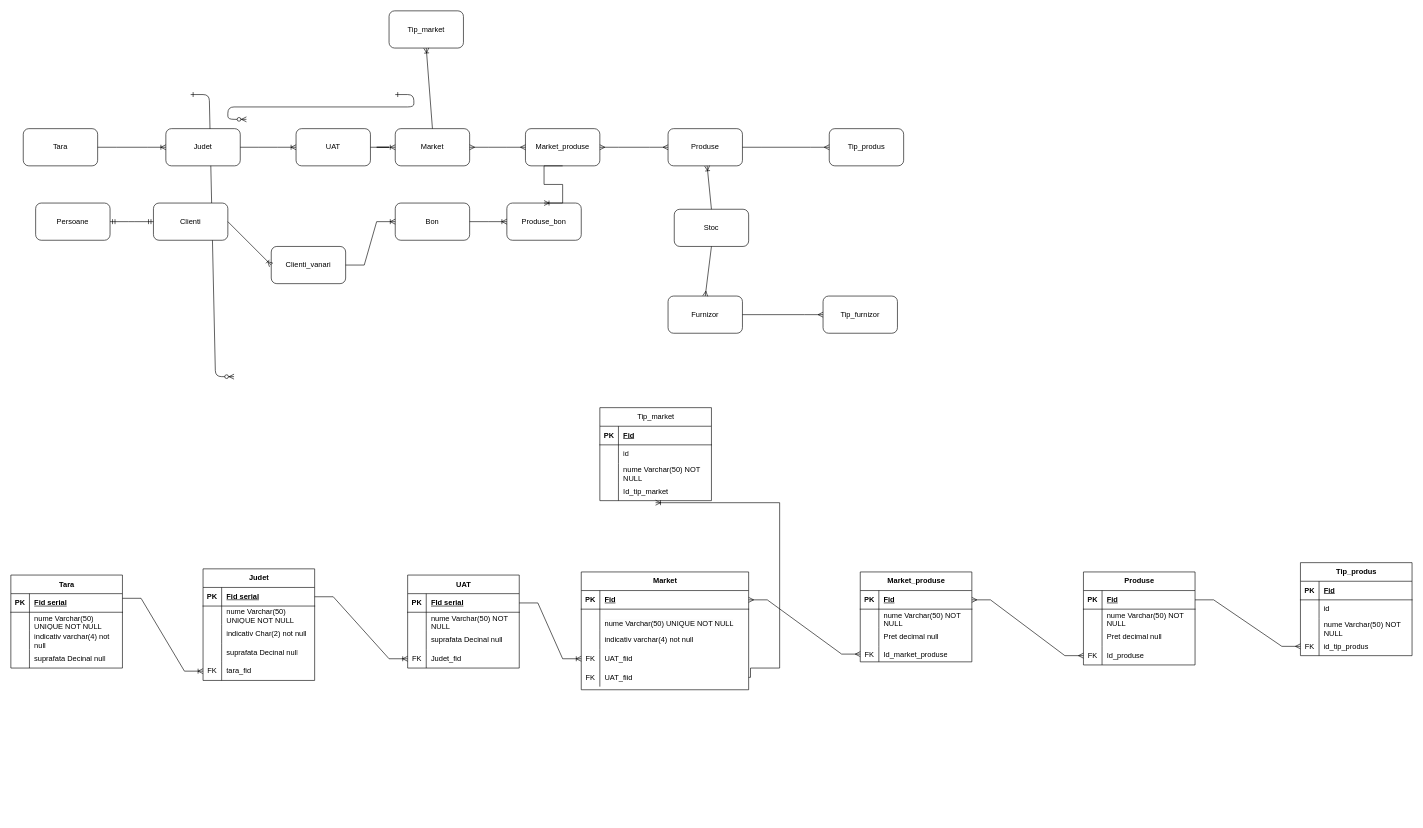
kunvictor/examen_sem_I_Kun keeps this draw.io diagram as Untitled Diagram.drawio. Above is the earlier version. Source tidied: cells renumbered, new cells numbered last; positions are measured from the earlier drawing's top-left corner, leaving out a move shared by most shapes. Both pictures are drawn from the tidied source at 62%, with x=0, y=0 at pixel (11, 11).
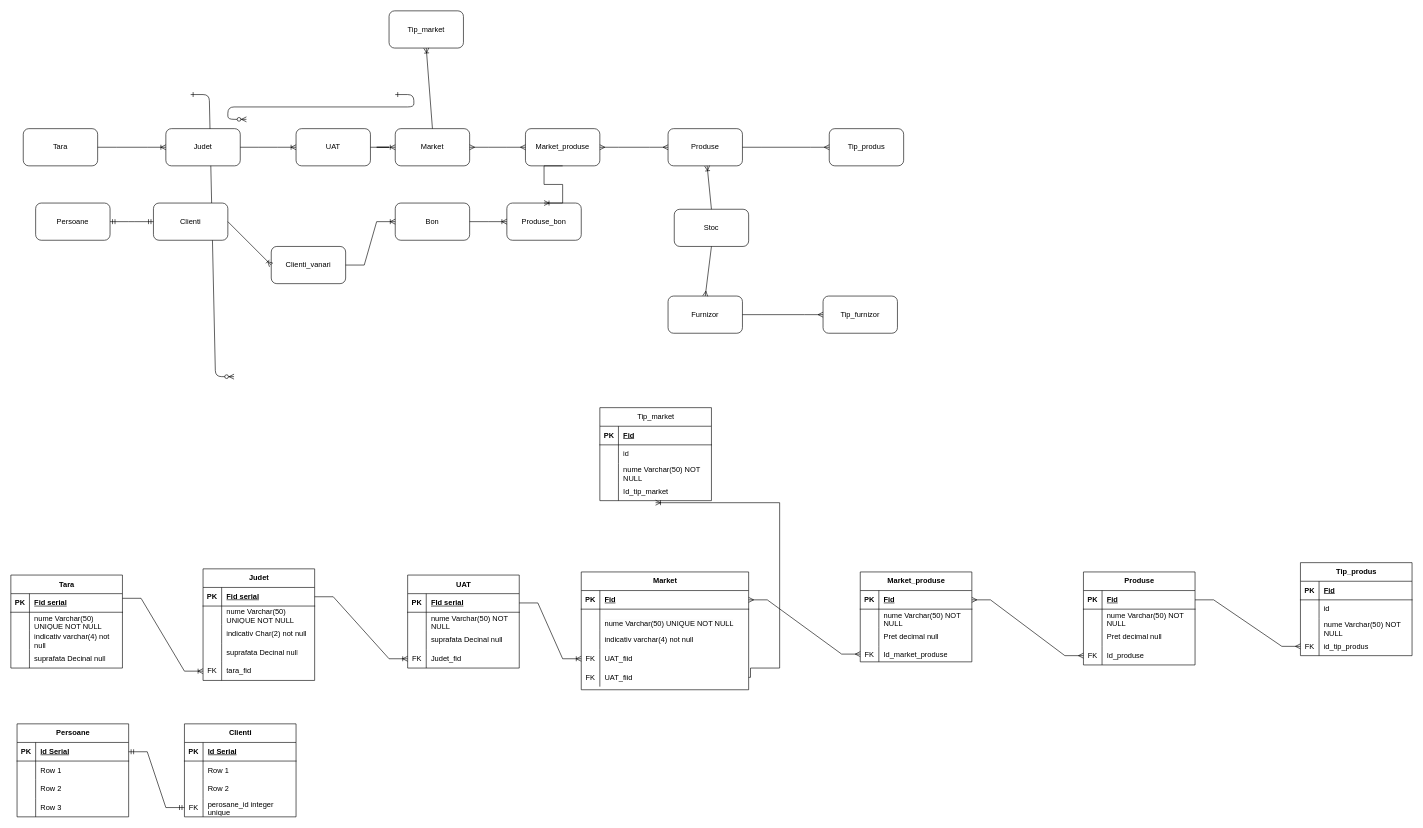
The same diagram, later.

The edit, as a diff of the source:
```diff
@@
+    <mxCell id="152" value="Persoane" style="shape=table;startSize=30;childLayout=tableLayout;rowLines=0;fontStyle=1;align=center;html=1;" parent="1" vertex="1">
+      <mxGeometry x="10" y="1150" width="180" height="150" as="geometry" />
+    </mxCell>
+    <mxCell id="153" style="shape=tableRow;horizontal=0;startSize=0;swimlaneHead=0;swimlaneBody=0;fillColor=none;points=[[0,0.5],[1,0.5]];portConstraint=eastwest;top=0;left=0;right=0;bottom=1;" parent="152" vertex="1">
+      <mxGeometry y="30" width="180" height="30" as="geometry" />
+    </mxCell>
+    <mxCell id="154" value="PK" style="shape=partialRectangle;fillColor=none;top=0;left=0;bottom=0;right=0;fontStyle=1;overflow=hidden;whiteSpace=wrap;html=1;" parent="153" vertex="1">
+      <mxGeometry width="30" height="30" as="geometry" />
+    </mxCell>
+    <mxCell id="155" value="Id Serial" style="shape=partialRectangle;fillColor=none;top=0;left=0;bottom=0;right=0;align=left;spacingLeft=6;fontStyle=5;overflow=hidden;whiteSpace=wrap;html=1;" parent="153" vertex="1">
+      <mxGeometry x="30" width="150" height="30" as="geometry" />
+    </mxCell>
+    <mxCell id="156" style="shape=tableRow;horizontal=0;startSize=0;swimlaneHead=0;swimlaneBody=0;fillColor=none;top=0;left=0;right=0;bottom=0;" parent="152" vertex="1">
+      <mxGeometry y="60" width="180" height="30" as="geometry" />
+    </mxCell>
+    <mxCell id="157" style="shape=partialRectangle;fillColor=none;top=0;left=0;bottom=0;right=0;overflow=hidden;whiteSpace=wrap;html=1;" parent="156" vertex="1">
+      <mxGeometry width="30" height="30" as="geometry" />
+    </mxCell>
+    <mxCell id="158" value="Row 1" style="shape=partialRectangle;fillColor=none;top=0;left=0;bottom=0;right=0;align=left;spacingLeft=6;overflow=hidden;whiteSpace=wrap;html=1;" parent="156" vertex="1">
+      <mxGeometry x="30" width="150" height="30" as="geometry" />
+    </mxCell>
+    <mxCell id="159" style="shape=tableRow;horizontal=0;startSize=0;swimlaneHead=0;swimlaneBody=0;fillColor=none;top=0;left=0;right=0;bottom=0;" parent="152" vertex="1">
+      <mxGeometry y="90" width="180" height="30" as="geometry" />
+    </mxCell>
+    <mxCell id="160" style="shape=partialRectangle;fillColor=none;top=0;left=0;bottom=0;right=0;overflow=hidden;whiteSpace=wrap;html=1;" parent="159" vertex="1">
+      <mxGeometry width="30" height="30" as="geometry" />
+    </mxCell>
+    <mxCell id="161" value="Row 2" style="shape=partialRectangle;fillColor=none;top=0;left=0;bottom=0;right=0;align=left;spacingLeft=6;overflow=hidden;whiteSpace=wrap;html=1;" parent="159" vertex="1">
+      <mxGeometry x="30" width="150" height="30" as="geometry" />
+    </mxCell>
+    <mxCell id="162" style="shape=tableRow;horizontal=0;startSize=0;swimlaneHead=0;swimlaneBody=0;fillColor=none;top=0;left=0;right=0;bottom=0;" parent="152" vertex="1">
+      <mxGeometry y="120" width="180" height="30" as="geometry" />
+    </mxCell>
+    <mxCell id="163" style="shape=partialRectangle;fillColor=none;top=0;left=0;bottom=0;right=0;overflow=hidden;whiteSpace=wrap;html=1;" parent="162" vertex="1">
+      <mxGeometry width="30" height="30" as="geometry" />
+    </mxCell>
+    <mxCell id="164" value="Row 3" style="shape=partialRectangle;fillColor=none;top=0;left=0;bottom=0;right=0;align=left;spacingLeft=6;overflow=hidden;whiteSpace=wrap;html=1;" parent="162" vertex="1">
+      <mxGeometry x="30" width="150" height="30" as="geometry" />
+    </mxCell>
+    <mxCell id="165" value="Clienti" style="shape=table;startSize=30;childLayout=tableLayout;rowLines=0;fontStyle=1;align=center;html=1;" parent="1" vertex="1">
+      <mxGeometry x="280" y="1150" width="180" height="150" as="geometry" />
+    </mxCell>
+    <mxCell id="166" style="shape=tableRow;horizontal=0;startSize=0;swimlaneHead=0;swimlaneBody=0;fillColor=none;top=0;left=0;right=0;bottom=1;" parent="165" vertex="1">
+      <mxGeometry y="30" width="180" height="30" as="geometry" />
+    </mxCell>
+    <mxCell id="167" value="PK" style="shape=partialRectangle;fillColor=none;top=0;left=0;bottom=0;right=0;fontStyle=1;overflow=hidden;whiteSpace=wrap;html=1;" parent="166" vertex="1">
+      <mxGeometry width="30" height="30" as="geometry" />
+    </mxCell>
+    <mxCell id="168" value="Id Serial" style="shape=partialRectangle;fillColor=none;top=0;left=0;bottom=0;right=0;align=left;spacingLeft=6;fontStyle=5;overflow=hidden;whiteSpace=wrap;html=1;" parent="166" vertex="1">
+      <mxGeometry x="30" width="150" height="30" as="geometry" />
+    </mxCell>
+    <mxCell id="169" style="shape=tableRow;horizontal=0;startSize=0;swimlaneHead=0;swimlaneBody=0;fillColor=none;top=0;left=0;right=0;bottom=0;" parent="165" vertex="1">
+      <mxGeometry y="60" width="180" height="30" as="geometry" />
+    </mxCell>
+    <mxCell id="170" style="shape=partialRectangle;fillColor=none;top=0;left=0;bottom=0;right=0;overflow=hidden;whiteSpace=wrap;html=1;" parent="169" vertex="1">
+      <mxGeometry width="30" height="30" as="geometry" />
+    </mxCell>
+    <mxCell id="171" value="Row 1" style="shape=partialRectangle;fillColor=none;top=0;left=0;bottom=0;right=0;align=left;spacingLeft=6;overflow=hidden;whiteSpace=wrap;html=1;" parent="169" vertex="1">
+      <mxGeometry x="30" width="150" height="30" as="geometry" />
+    </mxCell>
+    <mxCell id="172" style="shape=tableRow;horizontal=0;startSize=0;swimlaneHead=0;swimlaneBody=0;fillColor=none;top=0;left=0;right=0;bottom=0;" parent="165" vertex="1">
+      <mxGeometry y="90" width="180" height="30" as="geometry" />
+    </mxCell>
+    <mxCell id="173" style="shape=partialRectangle;fillColor=none;top=0;left=0;bottom=0;right=0;overflow=hidden;whiteSpace=wrap;html=1;" parent="172" vertex="1">
+      <mxGeometry width="30" height="30" as="geometry" />
+    </mxCell>
+    <mxCell id="174" value="Row 2" style="shape=partialRectangle;fillColor=none;top=0;left=0;bottom=0;right=0;align=left;spacingLeft=6;overflow=hidden;whiteSpace=wrap;html=1;" parent="172" vertex="1">
+      <mxGeometry x="30" width="150" height="30" as="geometry" />
+    </mxCell>
+    <mxCell id="175" style="shape=tableRow;horizontal=0;startSize=0;swimlaneHead=0;swimlaneBody=0;fillColor=none;points=[[0,0.5],[1,0.5]];portConstraint=eastwest;top=0;left=0;right=0;bottom=0;" parent="165" vertex="1">
+      <mxGeometry y="120" width="180" height="30" as="geometry" />
+    </mxCell>
+    <mxCell id="176" value="FK" style="shape=partialRectangle;fillColor=none;top=0;left=0;bottom=0;right=0;overflow=hidden;whiteSpace=wrap;html=1;" parent="175" vertex="1">
+      <mxGeometry width="30" height="30" as="geometry" />
+    </mxCell>
+    <mxCell id="177" value="perosane_id integer unique" style="shape=partialRectangle;fillColor=none;top=0;left=0;bottom=0;right=0;align=left;spacingLeft=6;overflow=hidden;whiteSpace=wrap;html=1;" parent="175" vertex="1">
+      <mxGeometry x="30" width="150" height="30" as="geometry" />
+    </mxCell>
+    <mxCell id="178" style="edgeStyle=entityRelationEdgeStyle;fontSize=12;html=1;endArrow=ERmandOne;startArrow=ERmandOne;rounded=0;exitX=1;exitY=0.5;exitDx=0;exitDy=0;entryX=0;entryY=0.5;entryDx=0;entryDy=0;" parent="1" edge="1" source="153" target="175">
+      <mxGeometry relative="1" as="geometry" />
+    </mxCell>
```
